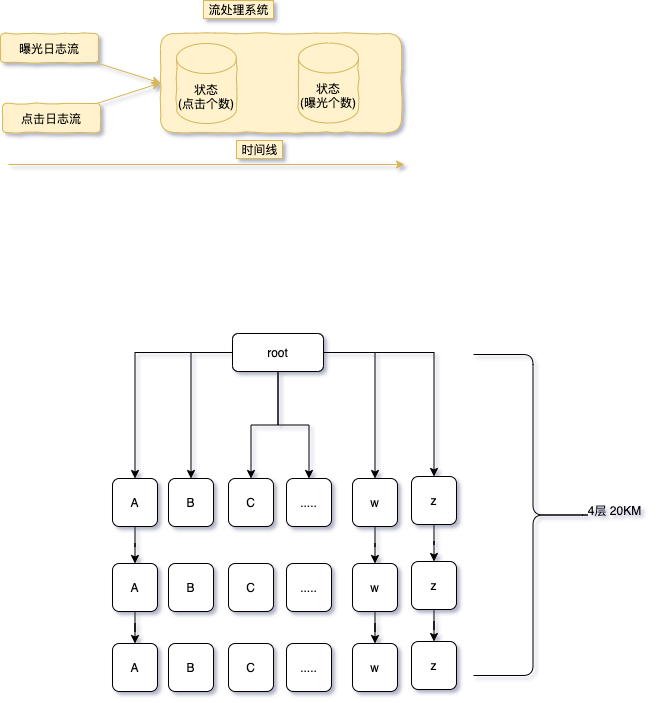
Before: blog-img.png, a diagram exported from draw.io (xingdong015/blog). Source tidied: cells renumbered, new cells last; positions are measured from the earlier drawing's top-left corner, leaving out a move shared by most shapes.
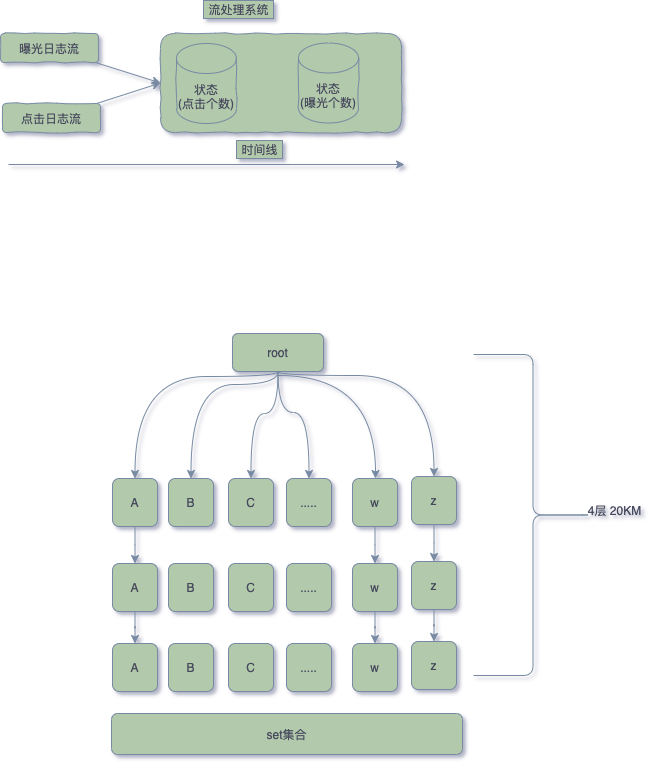
Above is the later version.

The edit, as a diff of the source:
```diff
@@ -2,137 +2,170 @@
   <root>
     <mxCell id="0" />
     <mxCell id="1" parent="0" />
-    <mxCell id="2" style="endArrow=classic;html=1;fillColor=#fff2cc;strokeColor=#d6b656;" parent="1" edge="1">
+    <mxCell id="2" style="endArrow=classic;html=1;fillColor=#B2C9AB;strokeColor=#788AA3;fontColor=#46495D;curved=1;" parent="1" edge="1">
       <mxGeometry relative="1" as="geometry">
         <mxPoint x="8" y="164" as="sourcePoint" />
         <mxPoint x="404" y="164" as="targetPoint" />
       </mxGeometry>
     </mxCell>
-    <mxCell id="3" value="时间线" style="text;html=1;align=center;verticalAlign=middle;fillColor=#fff2cc;strokeColor=#d6b656;" parent="1" vertex="1">
+    <mxCell id="3" value="时间线" style="text;html=1;align=center;verticalAlign=middle;fillColor=#B2C9AB;strokeColor=#788AA3;fontColor=#46495D;" parent="1" vertex="1">
       <mxGeometry x="236" y="140" width="46" height="18" as="geometry" />
     </mxCell>
-    <mxCell id="4" style="rounded=1;whiteSpace=wrap;html=1;comic=1;fillColor=#fff2cc;strokeColor=#d6b656;" parent="1" vertex="1">
+    <mxCell id="4" style="rounded=1;whiteSpace=wrap;html=1;comic=1;fillColor=#B2C9AB;strokeColor=#788AA3;fontColor=#46495D;" parent="1" vertex="1">
       <mxGeometry x="160" y="33" width="241" height="99" as="geometry" />
     </mxCell>
-    <mxCell id="5" value="状态&lt;br&gt;(点击个数)" style="shape=cylinder3;whiteSpace=wrap;html=1;boundedLbl=1;backgroundOutline=1;size=15;comic=1;fillColor=#fff2cc;strokeColor=#d6b656;" parent="1" vertex="1">
+    <mxCell id="5" value="状态&lt;br&gt;(点击个数)" style="shape=cylinder3;whiteSpace=wrap;html=1;boundedLbl=1;backgroundOutline=1;size=15;comic=1;fillColor=#B2C9AB;strokeColor=#788AA3;fontColor=#46495D;" parent="1" vertex="1">
       <mxGeometry x="176" y="43" width="60" height="80" as="geometry" />
     </mxCell>
-    <mxCell id="6" value="状态&lt;br&gt;(曝光个数)" style="shape=cylinder3;whiteSpace=wrap;html=1;boundedLbl=1;backgroundOutline=1;size=15;comic=1;fillColor=#fff2cc;strokeColor=#d6b656;" parent="1" vertex="1">
+    <mxCell id="6" value="状态&lt;br&gt;(曝光个数)" style="shape=cylinder3;whiteSpace=wrap;html=1;boundedLbl=1;backgroundOutline=1;size=15;comic=1;fillColor=#B2C9AB;strokeColor=#788AA3;fontColor=#46495D;" parent="1" vertex="1">
       <mxGeometry x="298" y="42.5" width="60" height="80" as="geometry" />
     </mxCell>
-    <mxCell id="7" style="edgeStyle=none;rounded=0;jettySize=auto;html=1;entryX=0;entryY=0.5;entryDx=0;entryDy=0;fillColor=#fff2cc;strokeColor=#d6b656;" parent="1" edge="1" source="8" target="4">
+    <mxCell id="7" style="edgeStyle=none;rounded=0;jettySize=auto;html=1;entryX=0;entryY=0.5;entryDx=0;entryDy=0;fillColor=#B2C9AB;strokeColor=#788AA3;fontColor=#46495D;curved=1;" parent="1" edge="1" source="8" target="4">
       <mxGeometry relative="1" as="geometry" />
     </mxCell>
-    <mxCell id="8" value="曝光日志流" style="rounded=1;whiteSpace=wrap;html=1;comic=1;fillColor=#fff2cc;strokeColor=#d6b656;" parent="1" vertex="1">
+    <mxCell id="8" value="曝光日志流" style="rounded=1;whiteSpace=wrap;html=1;comic=1;fillColor=#B2C9AB;strokeColor=#788AA3;fontColor=#46495D;" parent="1" vertex="1">
       <mxGeometry y="33" width="98" height="29" as="geometry" />
     </mxCell>
-    <mxCell id="9" style="edgeStyle=none;rounded=0;jettySize=auto;html=1;entryX=0;entryY=0.5;entryDx=0;entryDy=0;fillColor=#fff2cc;strokeColor=#d6b656;" parent="1" edge="1" source="10" target="4">
+    <mxCell id="9" style="edgeStyle=none;rounded=0;jettySize=auto;html=1;entryX=0;entryY=0.5;entryDx=0;entryDy=0;fillColor=#B2C9AB;strokeColor=#788AA3;fontColor=#46495D;curved=1;" parent="1" edge="1" source="10" target="4">
       <mxGeometry relative="1" as="geometry" />
     </mxCell>
-    <mxCell id="10" value="点击日志流" style="rounded=1;whiteSpace=wrap;html=1;comic=1;fillColor=#fff2cc;strokeColor=#d6b656;" parent="1" vertex="1">
+    <mxCell id="10" value="点击日志流" style="rounded=1;whiteSpace=wrap;html=1;comic=1;fillColor=#B2C9AB;strokeColor=#788AA3;fontColor=#46495D;" parent="1" vertex="1">
       <mxGeometry x="2" y="103" width="98" height="29" as="geometry" />
     </mxCell>
-    <mxCell id="11" value="流处理系统" style="text;html=1;align=center;verticalAlign=middle;fillColor=#fff2cc;strokeColor=#d6b656;" parent="1" vertex="1">
+    <mxCell id="11" value="流处理系统" style="text;html=1;align=center;verticalAlign=middle;fillColor=#B2C9AB;strokeColor=#788AA3;fontColor=#46495D;" parent="1" vertex="1">
       <mxGeometry x="203" width="70" height="18" as="geometry" />
     </mxCell>
-    <mxCell id="12" style="edgeStyle=orthogonalEdgeStyle;rounded=0;jettySize=auto;html=1;entryX=0.5;entryY=0;entryDx=0;entryDy=0;" parent="1" edge="1" source="18" target="20">
-      <mxGeometry relative="1" as="geometry" />
+    <mxCell id="12" style="edgeStyle=orthogonalEdgeStyle;rounded=0;jettySize=auto;html=1;entryX=0.5;entryY=0;entryDx=0;entryDy=0;strokeColor=#788AA3;fontColor=#46495D;curved=1;" parent="1" edge="1" source="18" target="20">
+      <mxGeometry relative="1" as="geometry">
+        <Array as="points">
+          <mxPoint x="278" y="376" />
+          <mxPoint x="135" y="376" />
+        </Array>
+      </mxGeometry>
     </mxCell>
-    <mxCell id="13" style="edgeStyle=orthogonalEdgeStyle;rounded=0;jettySize=auto;html=1;entryX=0.5;entryY=0;entryDx=0;entryDy=0;" parent="1" edge="1" source="18" target="21">
-      <mxGeometry relative="1" as="geometry" />
+    <mxCell id="13" style="edgeStyle=orthogonalEdgeStyle;rounded=0;jettySize=auto;html=1;entryX=0.5;entryY=0;entryDx=0;entryDy=0;strokeColor=#788AA3;fontColor=#46495D;curved=1;" parent="1" edge="1" source="18" target="21">
+      <mxGeometry relative="1" as="geometry">
+        <Array as="points">
+          <mxPoint x="278" y="384" />
+          <mxPoint x="191" y="384" />
+        </Array>
+      </mxGeometry>
     </mxCell>
-    <mxCell id="14" style="edgeStyle=orthogonalEdgeStyle;rounded=0;jettySize=auto;html=1;entryX=0.5;entryY=0;entryDx=0;entryDy=0;" parent="1" edge="1" source="18" target="22">
-      <mxGeometry relative="1" as="geometry" />
+    <mxCell id="14" style="edgeStyle=orthogonalEdgeStyle;rounded=0;jettySize=auto;html=1;entryX=0.5;entryY=0;entryDx=0;entryDy=0;strokeColor=#788AA3;fontColor=#46495D;curved=1;" parent="1" edge="1" source="18" target="22">
+      <mxGeometry relative="1" as="geometry">
+        <Array as="points">
+          <mxPoint x="278" y="413" />
+          <mxPoint x="251" y="413" />
+        </Array>
+      </mxGeometry>
     </mxCell>
-    <mxCell id="15" style="edgeStyle=orthogonalEdgeStyle;rounded=0;jettySize=auto;html=1;entryX=0.5;entryY=0;entryDx=0;entryDy=0;" parent="1" edge="1" source="18" target="23">
-      <mxGeometry relative="1" as="geometry" />
+    <mxCell id="15" style="edgeStyle=orthogonalEdgeStyle;rounded=0;jettySize=auto;html=1;entryX=0.5;entryY=0;entryDx=0;entryDy=0;strokeColor=#788AA3;fontColor=#46495D;curved=1;" parent="1" edge="1" source="18" target="23">
+      <mxGeometry relative="1" as="geometry">
+        <Array as="points">
+          <mxPoint x="278" y="412" />
+          <mxPoint x="309" y="412" />
+        </Array>
+      </mxGeometry>
     </mxCell>
-    <mxCell id="16" style="edgeStyle=orthogonalEdgeStyle;rounded=0;jettySize=auto;html=1;" parent="1" edge="1" source="18" target="25">
-      <mxGeometry relative="1" as="geometry" />
+    <mxCell id="16" style="edgeStyle=orthogonalEdgeStyle;rounded=0;jettySize=auto;html=1;strokeColor=#788AA3;fontColor=#46495D;curved=1;" parent="1" edge="1" target="25">
+      <mxGeometry relative="1" as="geometry">
+        <mxPoint x="278" y="375" as="sourcePoint" />
+        <Array as="points">
+          <mxPoint x="375" y="375" />
+        </Array>
+      </mxGeometry>
     </mxCell>
-    <mxCell id="17" style="edgeStyle=orthogonalEdgeStyle;rounded=0;jettySize=auto;html=1;entryX=0.5;entryY=0;entryDx=0;entryDy=0;" parent="1" edge="1" source="18" target="27">
-      <mxGeometry relative="1" as="geometry" />
+    <mxCell id="17" style="edgeStyle=orthogonalEdgeStyle;rounded=0;jettySize=auto;html=1;entryX=0.5;entryY=0;entryDx=0;entryDy=0;strokeColor=#788AA3;fontColor=#46495D;curved=1;" parent="1" edge="1" source="18" target="27">
+      <mxGeometry relative="1" as="geometry">
+        <Array as="points">
+          <mxPoint x="278" y="375" />
+          <mxPoint x="434" y="375" />
+        </Array>
+      </mxGeometry>
     </mxCell>
-    <mxCell id="18" value="root" style="rounded=1;whiteSpace=wrap;html=1;" parent="1" vertex="1">
+    <mxCell id="18" value="root" style="rounded=1;whiteSpace=wrap;html=1;fillColor=#B2C9AB;strokeColor=#788AA3;fontColor=#46495D;glass=0;shadow=0;sketch=0;" parent="1" vertex="1">
       <mxGeometry x="232" y="333" width="91" height="38" as="geometry" />
     </mxCell>
-    <mxCell id="19" style="edgeStyle=orthogonalEdgeStyle;rounded=0;jettySize=auto;html=1;" parent="1" edge="1" source="20" target="29">
+    <mxCell id="19" style="edgeStyle=orthogonalEdgeStyle;rounded=0;jettySize=auto;html=1;strokeColor=#788AA3;fontColor=#46495D;curved=1;" parent="1" edge="1" source="20" target="29">
       <mxGeometry relative="1" as="geometry" />
     </mxCell>
-    <mxCell id="20" value="A" style="rounded=1;whiteSpace=wrap;html=1;" parent="1" vertex="1">
+    <mxCell id="20" value="A" style="rounded=1;whiteSpace=wrap;html=1;fillColor=#B2C9AB;strokeColor=#788AA3;fontColor=#46495D;" parent="1" vertex="1">
       <mxGeometry x="112" y="478" width="45" height="48" as="geometry" />
     </mxCell>
-    <mxCell id="21" value="B" style="rounded=1;whiteSpace=wrap;html=1;" parent="1" vertex="1">
+    <mxCell id="21" value="B" style="rounded=1;whiteSpace=wrap;html=1;fillColor=#B2C9AB;strokeColor=#788AA3;fontColor=#46495D;" parent="1" vertex="1">
       <mxGeometry x="168" y="478" width="45" height="48" as="geometry" />
     </mxCell>
-    <mxCell id="22" value="C" style="rounded=1;whiteSpace=wrap;html=1;" parent="1" vertex="1">
+    <mxCell id="22" value="C" style="rounded=1;whiteSpace=wrap;html=1;fillColor=#B2C9AB;strokeColor=#788AA3;fontColor=#46495D;" parent="1" vertex="1">
       <mxGeometry x="228" y="478" width="45" height="48" as="geometry" />
     </mxCell>
-    <mxCell id="23" value="....." style="rounded=1;whiteSpace=wrap;html=1;" parent="1" vertex="1">
+    <mxCell id="23" value="....." style="rounded=1;whiteSpace=wrap;html=1;fillColor=#B2C9AB;strokeColor=#788AA3;fontColor=#46495D;" parent="1" vertex="1">
       <mxGeometry x="286" y="478" width="45" height="48" as="geometry" />
     </mxCell>
-    <mxCell id="24" style="edgeStyle=orthogonalEdgeStyle;rounded=0;jettySize=auto;html=1;entryX=0.5;entryY=0;entryDx=0;entryDy=0;" parent="1" edge="1" source="25" target="34">
+    <mxCell id="24" style="edgeStyle=orthogonalEdgeStyle;rounded=0;jettySize=auto;html=1;entryX=0.5;entryY=0;entryDx=0;entryDy=0;strokeColor=#788AA3;fontColor=#46495D;curved=1;" parent="1" edge="1" source="25" target="34">
       <mxGeometry relative="1" as="geometry" />
     </mxCell>
-    <mxCell id="25" value="w" style="rounded=1;whiteSpace=wrap;html=1;" parent="1" vertex="1">
+    <mxCell id="25" value="w" style="rounded=1;whiteSpace=wrap;html=1;fillColor=#B2C9AB;strokeColor=#788AA3;fontColor=#46495D;" parent="1" vertex="1">
       <mxGeometry x="352" y="478" width="45" height="48" as="geometry" />
     </mxCell>
-    <mxCell id="26" style="edgeStyle=orthogonalEdgeStyle;rounded=0;jettySize=auto;html=1;entryX=0.5;entryY=0;entryDx=0;entryDy=0;" parent="1" edge="1" source="27" target="36">
+    <mxCell id="26" style="edgeStyle=orthogonalEdgeStyle;rounded=0;jettySize=auto;html=1;entryX=0.5;entryY=0;entryDx=0;entryDy=0;strokeColor=#788AA3;fontColor=#46495D;curved=1;" parent="1" edge="1" source="27" target="36">
       <mxGeometry relative="1" as="geometry" />
     </mxCell>
-    <mxCell id="27" value="z" style="rounded=1;whiteSpace=wrap;html=1;" parent="1" vertex="1">
+    <mxCell id="27" value="z" style="rounded=1;whiteSpace=wrap;html=1;fillColor=#B2C9AB;strokeColor=#788AA3;fontColor=#46495D;" parent="1" vertex="1">
       <mxGeometry x="411" y="476" width="45" height="48" as="geometry" />
     </mxCell>
-    <mxCell id="28" style="edgeStyle=orthogonalEdgeStyle;rounded=0;jettySize=auto;html=1;entryX=0.5;entryY=0;entryDx=0;entryDy=0;" parent="1" edge="1" source="29" target="37">
+    <mxCell id="28" style="edgeStyle=orthogonalEdgeStyle;rounded=0;jettySize=auto;html=1;entryX=0.5;entryY=0;entryDx=0;entryDy=0;strokeColor=#788AA3;fontColor=#46495D;curved=1;" parent="1" edge="1" source="29" target="37">
       <mxGeometry relative="1" as="geometry" />
     </mxCell>
-    <mxCell id="29" value="A" style="rounded=1;whiteSpace=wrap;html=1;" parent="1" vertex="1">
+    <mxCell id="29" value="A" style="rounded=1;whiteSpace=wrap;html=1;fillColor=#B2C9AB;strokeColor=#788AA3;fontColor=#46495D;" parent="1" vertex="1">
       <mxGeometry x="112" y="563" width="45" height="48" as="geometry" />
     </mxCell>
-    <mxCell id="30" value="B" style="rounded=1;whiteSpace=wrap;html=1;" parent="1" vertex="1">
+    <mxCell id="30" value="B" style="rounded=1;whiteSpace=wrap;html=1;fillColor=#B2C9AB;strokeColor=#788AA3;fontColor=#46495D;" parent="1" vertex="1">
       <mxGeometry x="168" y="563" width="45" height="48" as="geometry" />
     </mxCell>
-    <mxCell id="31" value="C" style="rounded=1;whiteSpace=wrap;html=1;" parent="1" vertex="1">
+    <mxCell id="31" value="C" style="rounded=1;whiteSpace=wrap;html=1;fillColor=#B2C9AB;strokeColor=#788AA3;fontColor=#46495D;" parent="1" vertex="1">
       <mxGeometry x="228" y="563" width="45" height="48" as="geometry" />
     </mxCell>
-    <mxCell id="32" value="....." style="rounded=1;whiteSpace=wrap;html=1;" parent="1" vertex="1">
+    <mxCell id="32" value="....." style="rounded=1;whiteSpace=wrap;html=1;fillColor=#B2C9AB;strokeColor=#788AA3;fontColor=#46495D;" parent="1" vertex="1">
       <mxGeometry x="286" y="563" width="45" height="48" as="geometry" />
     </mxCell>
-    <mxCell id="33" style="edgeStyle=orthogonalEdgeStyle;rounded=0;jettySize=auto;html=1;entryX=0.5;entryY=0;entryDx=0;entryDy=0;" parent="1" edge="1" source="34" target="41">
+    <mxCell id="33" style="edgeStyle=orthogonalEdgeStyle;rounded=0;jettySize=auto;html=1;entryX=0.5;entryY=0;entryDx=0;entryDy=0;strokeColor=#788AA3;fontColor=#46495D;curved=1;" parent="1" edge="1" source="34" target="41">
       <mxGeometry relative="1" as="geometry" />
     </mxCell>
-    <mxCell id="34" value="w" style="rounded=1;whiteSpace=wrap;html=1;" parent="1" vertex="1">
+    <mxCell id="34" value="w" style="rounded=1;whiteSpace=wrap;html=1;fillColor=#B2C9AB;strokeColor=#788AA3;fontColor=#46495D;" parent="1" vertex="1">
       <mxGeometry x="352" y="563" width="45" height="48" as="geometry" />
     </mxCell>
-    <mxCell id="35" style="edgeStyle=orthogonalEdgeStyle;rounded=0;jettySize=auto;html=1;" parent="1" edge="1" source="36" target="42">
+    <mxCell id="35" style="edgeStyle=orthogonalEdgeStyle;rounded=0;jettySize=auto;html=1;strokeColor=#788AA3;fontColor=#46495D;curved=1;" parent="1" edge="1" source="36" target="42">
       <mxGeometry relative="1" as="geometry" />
     </mxCell>
-    <mxCell id="36" value="z" style="rounded=1;whiteSpace=wrap;html=1;" parent="1" vertex="1">
+    <mxCell id="36" value="z" style="rounded=1;whiteSpace=wrap;html=1;fillColor=#B2C9AB;strokeColor=#788AA3;fontColor=#46495D;" parent="1" vertex="1">
       <mxGeometry x="411" y="561" width="45" height="48" as="geometry" />
     </mxCell>
-    <mxCell id="37" value="A" style="rounded=1;whiteSpace=wrap;html=1;" parent="1" vertex="1">
+    <mxCell id="37" value="A" style="rounded=1;whiteSpace=wrap;html=1;fillColor=#B2C9AB;strokeColor=#788AA3;fontColor=#46495D;" parent="1" vertex="1">
       <mxGeometry x="112" y="643" width="45" height="48" as="geometry" />
     </mxCell>
-    <mxCell id="38" value="B" style="rounded=1;whiteSpace=wrap;html=1;" parent="1" vertex="1">
+    <mxCell id="38" value="B" style="rounded=1;whiteSpace=wrap;html=1;fillColor=#B2C9AB;strokeColor=#788AA3;fontColor=#46495D;" parent="1" vertex="1">
       <mxGeometry x="168" y="643" width="45" height="48" as="geometry" />
     </mxCell>
-    <mxCell id="39" value="C" style="rounded=1;whiteSpace=wrap;html=1;" parent="1" vertex="1">
+    <mxCell id="39" value="C" style="rounded=1;whiteSpace=wrap;html=1;fillColor=#B2C9AB;strokeColor=#788AA3;fontColor=#46495D;" parent="1" vertex="1">
       <mxGeometry x="228" y="643" width="45" height="48" as="geometry" />
     </mxCell>
-    <mxCell id="40" value="....." style="rounded=1;whiteSpace=wrap;html=1;" parent="1" vertex="1">
+    <mxCell id="40" value="....." style="rounded=1;whiteSpace=wrap;html=1;fillColor=#B2C9AB;strokeColor=#788AA3;fontColor=#46495D;" parent="1" vertex="1">
       <mxGeometry x="286" y="643" width="45" height="48" as="geometry" />
     </mxCell>
-    <mxCell id="41" value="w" style="rounded=1;whiteSpace=wrap;html=1;" parent="1" vertex="1">
+    <mxCell id="41" value="w" style="rounded=1;whiteSpace=wrap;html=1;fillColor=#B2C9AB;strokeColor=#788AA3;fontColor=#46495D;" parent="1" vertex="1">
       <mxGeometry x="352" y="643" width="45" height="48" as="geometry" />
     </mxCell>
-    <mxCell id="42" value="z" style="rounded=1;whiteSpace=wrap;html=1;" parent="1" vertex="1">
+    <mxCell id="42" value="z" style="rounded=1;whiteSpace=wrap;html=1;fillColor=#B2C9AB;strokeColor=#788AA3;fontColor=#46495D;" parent="1" vertex="1">
       <mxGeometry x="411" y="641" width="45" height="48" as="geometry" />
     </mxCell>
-    <mxCell id="43" style="shape=curlyBracket;whiteSpace=wrap;html=1;rounded=1;direction=west;" parent="1" vertex="1">
+    <mxCell id="43" style="shape=curlyBracket;whiteSpace=wrap;html=1;rounded=1;direction=west;fillColor=#B2C9AB;strokeColor=#788AA3;fontColor=#46495D;" parent="1" vertex="1">
       <mxGeometry x="473" y="354" width="119" height="321" as="geometry" />
     </mxCell>
-    <mxCell id="44" value="4层 20KM" style="text;html=1;align=center;verticalAlign=middle;" parent="1" vertex="1">
+    <mxCell id="44" value="4层 20KM" style="text;html=1;align=center;verticalAlign=middle;fontColor=#46495D;" parent="1" vertex="1">
       <mxGeometry x="582" y="501" width="63" height="18" as="geometry" />
     </mxCell>
+    <mxCell id="45" value="set集合" style="rounded=1;whiteSpace=wrap;html=1;sketch=0;strokeColor=#788AA3;fillColor=#B2C9AB;fontColor=#46495D;" parent="1" vertex="1">
+      <mxGeometry x="111" y="713" width="351" height="41" as="geometry" />
+    </mxCell>
   </root>
 </mxGraphModel>
```
